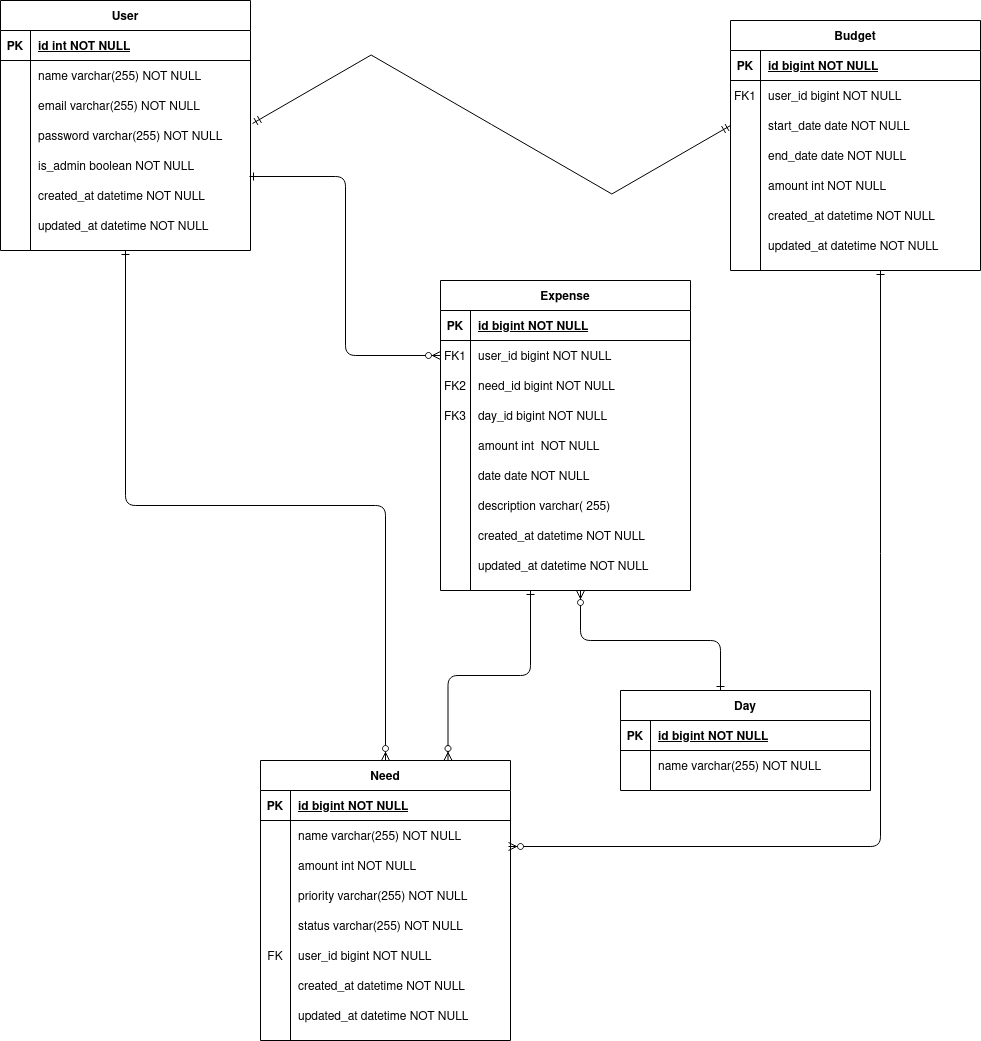
Earlier version of the draw.io export docs/budman_db.drawio.png (eaguidigodo/budman). Source tidied: cells renumbered, new cells last; positions are measured from the earlier drawing's top-left corner, leaving out a move shared by most shapes.
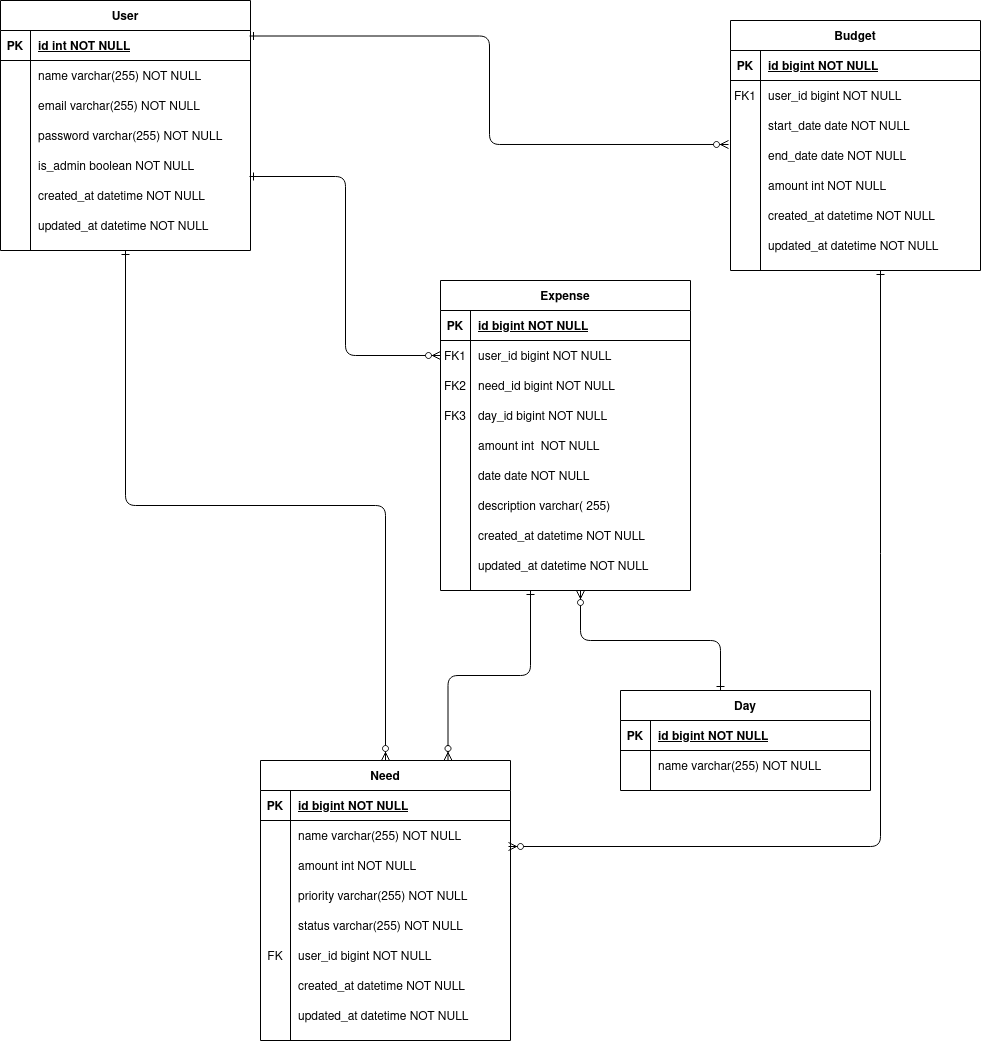
After the commit.

Commit message:
corrected relationship between budget and user in ERD

What changed in the source:
```diff
@@ -332,11 +332,13 @@
         <mxPoint x="880" y="270" as="sourcePoint" />
       </mxGeometry>
     </mxCell>
-    <mxCell id="110" style="fontSize=12;html=1;endArrow=ERmandOne;startArrow=ERmandOne;rounded=0;exitX=1.008;exitY=0.1;exitDx=0;exitDy=0;exitPerimeter=0;entryX=0;entryY=0.5;entryDx=0;entryDy=0;edgeStyle=isometricEdgeStyle;" parent="1" edge="1" source="67" target="86">
-      <mxGeometry relative="1" as="geometry" />
-    </mxCell>
     <mxCell id="111" style="endArrow=ERzeroToMany;startArrow=ERone;endFill=1;startFill=0;edgeStyle=orthogonalEdgeStyle;entryX=0.5;entryY=0;entryDx=0;entryDy=0;exitX=0.5;exitY=1;exitDx=0;exitDy=0;elbow=vertical;" parent="1" edge="1" source="57" target="32">
       <mxGeometry relative="1" as="geometry" />
     </mxCell>
+    <mxCell id="112" style="endArrow=ERzeroToMany;startArrow=ERone;endFill=1;startFill=0;edgeStyle=elbowEdgeStyle;exitX=0.996;exitY=0.867;exitDx=0;exitDy=0;exitPerimeter=0;entryX=-0.008;entryY=0.133;entryDx=0;entryDy=0;entryPerimeter=0;" parent="1" edge="1" target="89">
+      <mxGeometry relative="1" as="geometry">
+        <mxPoint x="249" y="35.5" as="sourcePoint" />
+      </mxGeometry>
+    </mxCell>
   </root>
 </mxGraphModel>
```
